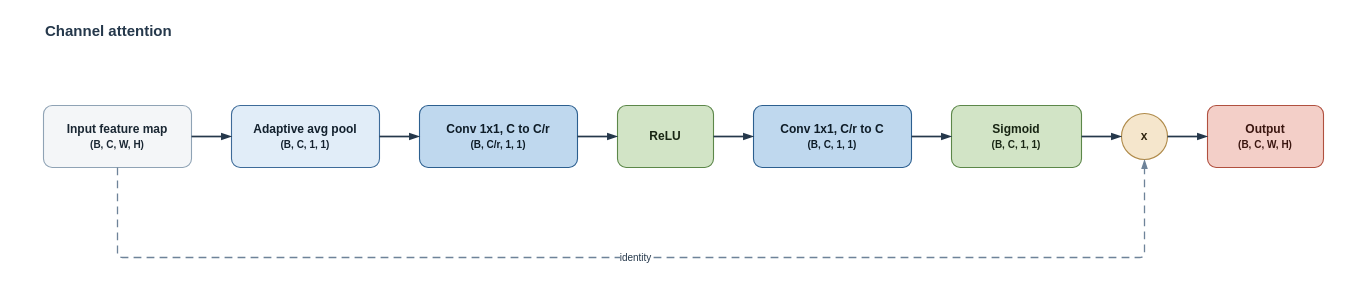
Earlier version of the draw.io diagram ablation/figures/channel-attention.drawio (SaiSanthosh1508/End-to-End-Text-Translation-Pipeline). Source tidied: cells renumbered, new cells numbered last; positions are measured from the earlier drawing's top-left corner, leaving out a move shared by most shapes. Both pictures are drawn from the tidied source at 100%, with x=0, y=0 at pixel (43, 17).
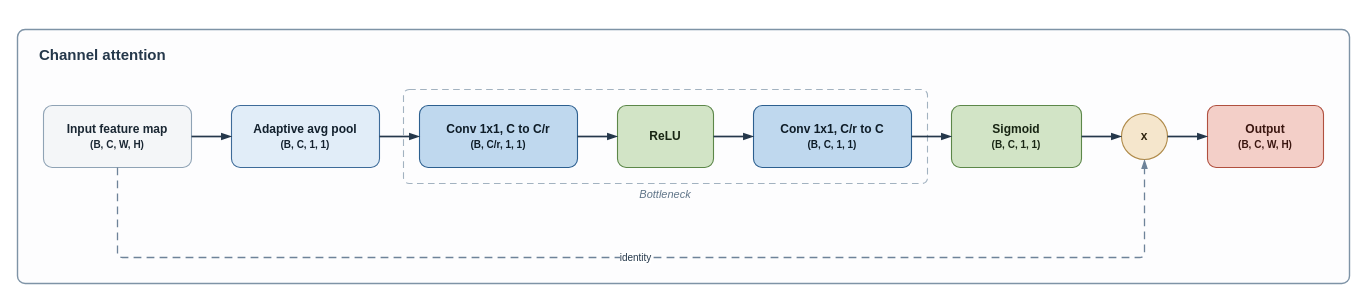
The same page after the edit.

Commit message (it also covers changes not shown here):
Frame the module figures and group the bottleneck

Change to the diagram source:
```diff
@@
+    <mxCell id="19" style="rounded=1;arcSize=3;whiteSpace=wrap;html=1;fillColor=#FDFDFE;strokeColor=#7E93A6;strokeWidth=1.4;" parent="1" vertex="1">
+      <mxGeometry x="-26" y="12" width="1332" height="254" as="geometry" />
+    </mxCell>
+    <mxCell id="20" value="Bottleneck" style="rounded=1;arcSize=6;whiteSpace=wrap;html=1;dashed=1;dashPattern=6 4;fillColor=none;strokeColor=#A2B2C0;strokeWidth=1.1;verticalAlign=bottom;align=center;spacingBottom=-20;fontSize=11;fontFamily=Helvetica;fontStyle=2;fontColor=#5F7488;" parent="1" vertex="1">
+      <mxGeometry x="360" y="72" width="524" height="94" as="geometry" />
+    </mxCell>
     <mxCell id="2" value="Channel attention" style="text;html=1;align=left;verticalAlign=middle;fontSize=15;fontFamily=Helvetica;fontStyle=1;fontColor=#25384B;" parent="1" vertex="1">
-      <mxGeometry width="600" height="26" as="geometry" />
+      <mxGeometry x="-6" y="24" width="600" height="26" as="geometry" />
     </mxCell>
```
